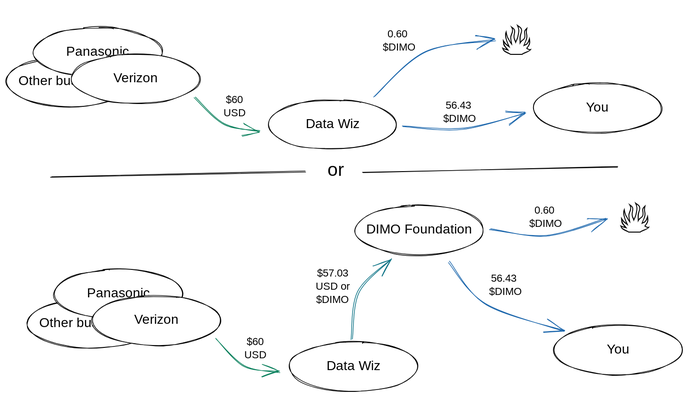
This is .gitbook/assets/file.drawing (3).svg from DIMO-Network/DIP, a Excalidraw export, as it was before one commit. Source tidied: one line per element, renumbered; positions are measured from the earlier drawing's top-left corner, leaving out a move shared by most shapes.
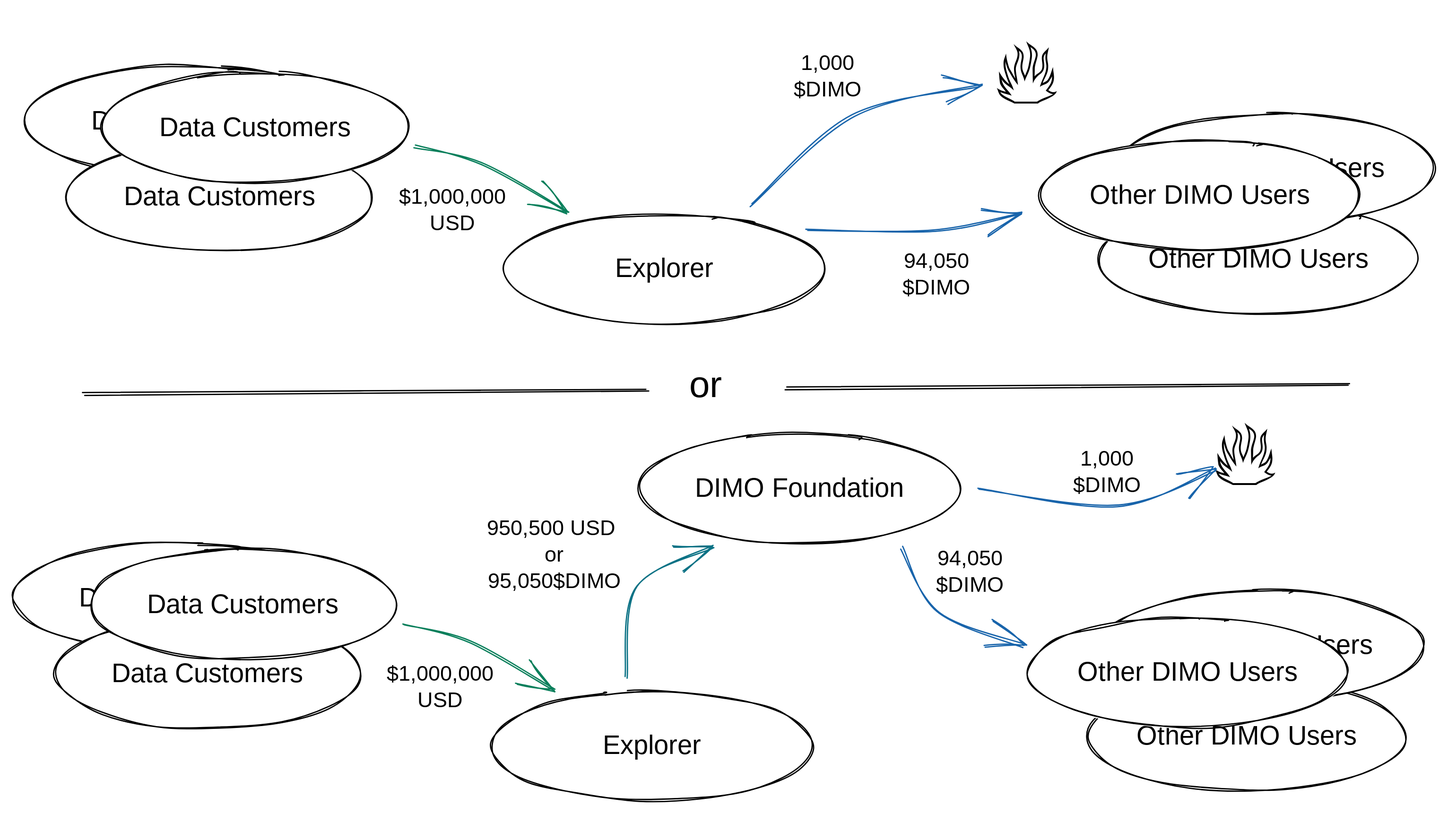
After the change.

What changed in the source:
```diff
@@ -1,41 +1,49 @@
-{"id": 0, "type": "ellipse", "strokeColor": "#000000", "backgroundColor": "#ffffff", "fillStyle": "solid", "strokeWidth": 1, "roughness": 1, "x": 0, "y": 76, "width": 194, "height": 75}
-{"id": 1, "type": "text", "text": "Other businesses", "strokeColor": "#000000", "strokeWidth": 1, "roughness": 1, "fontSize": 20, "fontFamily": 1, "textAlign": "center", "verticalAlign": "middle", "inside": 0, "x": 13, "y": 102, "width": 168, "height": 23}
-{"id": 2, "type": "ellipse", "strokeColor": "#000000", "backgroundColor": "#ffffff", "fillStyle": "solid", "strokeWidth": 1, "roughness": 1, "x": 796, "y": 116, "width": 194, "height": 75}
-{"id": 3, "type": "text", "text": "You", "strokeColor": "#000000", "strokeWidth": 1, "roughness": 1, "fontSize": 20, "fontFamily": 1, "textAlign": "center", "verticalAlign": "middle", "inside": 2, "x": 876, "y": 142, "width": 35, "height": 23}
-{"id": 4, "type": "ellipse", "strokeColor": "#000000", "backgroundColor": "#ffffff", "fillStyle": "solid", "strokeWidth": 1, "roughness": 1, "x": 41, "y": 31, "width": 194, "height": 75}
-{"id": 5, "type": "text", "text": "Panasonic", "strokeColor": "#000000", "strokeWidth": 1, "roughness": 1, "fontSize": 20, "fontFamily": 1, "textAlign": "center", "verticalAlign": "middle", "inside": 4, "x": 89, "y": 57, "width": 97, "height": 23}
-{"id": 6, "type": "ellipse", "strokeColor": "#000000", "backgroundColor": "#ffffff", "fillStyle": "solid", "strokeWidth": 1, "roughness": 1, "x": 98, "y": 71, "width": 194, "height": 75}
-{"id": 7, "type": "text", "text": "Verizon", "strokeColor": "#000000", "strokeWidth": 1, "roughness": 1, "fontSize": 20, "fontFamily": 1, "textAlign": "center", "verticalAlign": "middle", "inside": 6, "x": 161, "y": 97, "width": 68, "height": 23}
-{"id": 8, "type": "ellipse", "strokeColor": "#000000", "backgroundColor": "#ffffff", "fillStyle": "solid", "strokeWidth": 1, "roughness": 1, "x": 396, "y": 141, "width": 194, "height": 75}
-{"id": 9, "type": "text", "text": "Data Wiz", "strokeColor": "#000000", "strokeWidth": 1, "roughness": 1, "fontSize": 20, "fontFamily": 1, "textAlign": "center", "verticalAlign": "middle", "inside": 8, "x": 445, "y": 167, "width": 96, "height": 23}
-{"id": 10, "type": "text", "text": "🔥", "strokeColor": "#000000", "strokeWidth": 1, "roughness": 1, "fontSize": 67.58, "fontFamily": 1, "x": 746, "y": 0, "width": 81, "height": 98}
-{"id": 11, "type": "arrow", "strokeColor": "#087f5b", "strokeWidth": 1, "roughness": 1, "endArrowhead": "arrow", "from": 6, "to": 8, "x": 284, "y": 137, "width": 98, "height": 50, "points": [[0, 0], [44, 41], [98, 50]]}
-{"id": 12, "type": "arrow", "strokeColor": "#1864ab", "strokeWidth": 1, "roughness": 1, "endArrowhead": "arrow", "from": 8, "to": 2, "x": 598, "y": 181, "width": 187, "height": 24, "points": [[0, 0], [91, 4], [187, -20]]}
-{"id": 13, "type": "arrow", "strokeColor": "#1864ab", "strokeWidth": 1, "roughness": 1, "endArrowhead": "arrow", "from": 8, "to": 10, "x": 556, "y": 137, "width": 184, "height": 86, "points": [[0, 0], [76, -68], [184, -86]]}
-{"id": 14, "type": "text", "text": "0.60 \n$DIMO", "strokeColor": "#000000", "strokeWidth": 1, "roughness": 1, "fontSize": 16, "fontFamily": 1, "textAlign": "center", "x": 563, "y": 32, "width": 60, "height": 40}
-{"id": 15, "type": "text", "text": "56.43 \n$DIMO", "strokeColor": "#000000", "strokeWidth": 1, "roughness": 1, "fontSize": 16, "fontFamily": 1, "textAlign": "center", "x": 655, "y": 140, "width": 60, "height": 40}
-{"id": 16, "type": "text", "text": "$60\nUSD", "strokeColor": "#000000", "strokeWidth": 1, "roughness": 1, "fontSize": 16, "fontFamily": 1, "textAlign": "center", "x": 326, "y": 132, "width": 36, "height": 40}
-{"id": 17, "type": "ellipse", "strokeColor": "#000000", "backgroundColor": "#ffffff", "fillStyle": "solid", "strokeWidth": 1, "roughness": 1, "x": 31, "y": 441, "width": 194, "height": 75}
-{"id": 18, "type": "text", "text": "Other businesses", "strokeColor": "#000000", "strokeWidth": 1, "roughness": 1, "fontSize": 20, "fontFamily": 1, "textAlign": "center", "verticalAlign": "middle", "inside": 17, "x": 44, "y": 467, "width": 168, "height": 23}
-{"id": 19, "type": "ellipse", "strokeColor": "#000000", "backgroundColor": "#ffffff", "fillStyle": "solid", "strokeWidth": 1, "roughness": 1, "x": 828, "y": 481, "width": 194, "height": 75}
-{"id": 20, "type": "text", "text": "You", "strokeColor": "#000000", "strokeWidth": 1, "roughness": 1, "fontSize": 20, "fontFamily": 1, "textAlign": "center", "verticalAlign": "middle", "inside": 19, "x": 907, "y": 507, "width": 35, "height": 23}
-{"id": 21, "type": "ellipse", "strokeColor": "#000000", "backgroundColor": "#ffffff", "fillStyle": "solid", "strokeWidth": 1, "roughness": 1, "x": 72, "y": 397, "width": 194, "height": 75}
-{"id": 22, "type": "text", "text": "Panasonic", "strokeColor": "#000000", "strokeWidth": 1, "roughness": 1, "fontSize": 20, "fontFamily": 1, "textAlign": "center", "verticalAlign": "middle", "inside": 21, "x": 121, "y": 423, "width": 97, "height": 23}
-{"id": 23, "type": "ellipse", "strokeColor": "#000000", "backgroundColor": "#ffffff", "fillStyle": "solid", "strokeWidth": 1, "roughness": 1, "x": 130, "y": 437, "width": 194, "height": 75}
-{"id": 24, "type": "text", "text": "Verizon", "strokeColor": "#000000", "strokeWidth": 1, "roughness": 1, "fontSize": 20, "fontFamily": 1, "textAlign": "center", "verticalAlign": "middle", "inside": 23, "x": 193, "y": 463, "width": 68, "height": 23}
-{"id": 25, "type": "ellipse", "strokeColor": "#000000", "backgroundColor": "#ffffff", "fillStyle": "solid", "strokeWidth": 1, "roughness": 1, "x": 428, "y": 506, "width": 194, "height": 75}
-{"id": 26, "type": "text", "text": "Data Wiz", "strokeColor": "#000000", "strokeWidth": 1, "roughness": 1, "fontSize": 20, "fontFamily": 1, "textAlign": "center", "verticalAlign": "middle", "inside": 25, "x": 477, "y": 532, "width": 96, "height": 23}
-{"id": 27, "type": "ellipse", "strokeColor": "#000000", "backgroundColor": "#ffffff", "fillStyle": "solid", "strokeWidth": 1, "roughness": 1, "x": 527, "y": 300, "width": 194, "height": 75}
+{"id": 41, "type": "ellipse", "strokeColor": "#000000", "backgroundColor": "#ffffff", "fillStyle": "solid", "strokeWidth": 1, "roughness": 1, "x": 679, "y": 986, "width": 244, "height": 83}
+{"id": 42, "type": "text", "text": "Data Customers", "strokeColor": "#000000", "strokeWidth": 1, "roughness": 1, "fontSize": 20, "fontFamily": 1, "textAlign": "center", "verticalAlign": "middle", "inside": 41, "x": 718, "y": 1016, "width": 166, "height": 25}
+{"id": 43, "type": "ellipse", "strokeColor": "#000000", "backgroundColor": "#ffffff", "fillStyle": "solid", "strokeWidth": 1, "roughness": 1, "x": 710, "y": 1043, "width": 231, "height": 83}
+{"id": 44, "type": "text", "text": "Data Customers", "strokeColor": "#000000", "strokeWidth": 1, "roughness": 1, "fontSize": 20, "fontFamily": 1, "textAlign": "center", "verticalAlign": "middle", "inside": 43, "x": 743, "y": 1073, "width": 166, "height": 25}
+{"id": 45, "type": "ellipse", "strokeColor": "#000000", "backgroundColor": "#ffffff", "fillStyle": "solid", "strokeWidth": 1, "roughness": 1, "x": 737, "y": 991, "width": 231, "height": 83}
+{"id": 46, "type": "text", "text": "Data Customers", "strokeColor": "#000000", "strokeWidth": 1, "roughness": 1, "fontSize": 20, "fontFamily": 1, "textAlign": "center", "verticalAlign": "middle", "inside": 45, "x": 770, "y": 1021, "width": 166, "height": 25}
+{"id": 47, "type": "ellipse", "strokeColor": "#000000", "backgroundColor": "#ffffff", "fillStyle": "solid", "strokeWidth": 1, "roughness": 1, "x": 1152, "y": 903, "width": 242, "height": 83}
-{"id": 28, "type": "text", "text": "DIMO Foundation", "strokeColor": "#000000", "strokeWidth": 1, "roughness": 1, "fontSize": 20, "fontFamily": 1, "textAlign": "center", "verticalAlign": "middle", "inside": 27, "x": 538, "y": 326, "width": 172, "height": 23}
+{"id": 28, "type": "text", "text": "DIMO Foundation", "strokeColor": "#000000", "strokeWidth": 1, "roughness": 1, "fontSize": 20, "fontFamily": 1, "textAlign": "center", "verticalAlign": "middle", "inside": 47, "x": 1187, "y": 933, "width": 172, "height": 25}
-{"id": 29, "type": "text", "text": "🔥", "strokeColor": "#000000", "strokeWidth": 1, "roughness": 1, "fontSize": 67.58, "fontFamily": 1, "x": 925, "y": 268, "width": 81, "height": 98}
-{"id": 30, "type": "arrow", "strokeColor": "#087f5b", "strokeWidth": 1, "roughness": 1, "endArrowhead": "arrow", "from": 23, "to": 25, "x": 316, "y": 503, "width": 98, "height": 50, "points": [[0, 0], [44, 41], [98, 50]]}
-{"id": 31, "type": "arrow", "strokeColor": "#0b7285", "strokeWidth": 1, "roughness": 1, "endArrowhead": "arrow", "from": 25, "to": 27, "x": 521, "y": 503, "width": 61, "height": 122, "points": [[0, 0], [10, -72], [61, -122]]}
-{"id": 32, "type": "arrow", "strokeColor": "#1864ab", "strokeWidth": 1, "roughness": 1, "endArrowhead": "arrow", "from": 27, "to": 19, "x": 669, "y": 385, "width": 175, "height": 106, "points": [[0, 0], [56, 65], [175, 106]]}
-{"id": 33, "type": "arrow", "strokeColor": "#1864ab", "strokeWidth": 1, "roughness": 1, "endArrowhead": "arrow", "from": 27, "to": 29, "x": 730, "y": 337, "width": 177, "height": 26, "points": [[0, 0], [85, 9], [177, -17]]}
-{"id": 34, "type": "text", "text": "0.60 \n$DIMO", "strokeColor": "#000000", "strokeWidth": 1, "roughness": 1, "fontSize": 16, "fontFamily": 1, "textAlign": "center", "x": 785, "y": 299, "width": 60, "height": 40}
-{"id": 35, "type": "text", "text": "56.43 \n$DIMO", "strokeColor": "#000000", "strokeWidth": 1, "roughness": 1, "fontSize": 16, "fontFamily": 1, "textAlign": "center", "x": 724, "y": 401, "width": 60, "height": 40}
-{"id": 36, "type": "text", "text": "$60\nUSD", "strokeColor": "#000000", "strokeWidth": 1, "roughness": 1, "fontSize": 16, "fontFamily": 1, "textAlign": "center", "x": 358, "y": 498, "width": 36, "height": 40}
-{"id": 37, "type": "text", "text": "$57.03\nUSD or\n$DIMO", "strokeColor": "#000000", "strokeWidth": 1, "roughness": 1, "fontSize": 16, "fontFamily": 1, "textAlign": "center", "x": 463, "y": 394, "width": 60, "height": 60}
+{"id": 48, "type": "ellipse", "strokeColor": "#000000", "backgroundColor": "#ffffff", "fillStyle": "solid", "strokeWidth": 1, "roughness": 1, "x": 1041, "y": 1097, "width": 242, "height": 83}
+{"id": 49, "type": "text", "text": "Explorer", "strokeColor": "#000000", "strokeWidth": 1, "roughness": 1, "fontSize": 20, "fontFamily": 1, "textAlign": "center", "verticalAlign": "middle", "inside": 48, "x": 1121, "y": 1127, "width": 81, "height": 25}
+{"id": 50, "type": "ellipse", "strokeColor": "#000000", "backgroundColor": "#ffffff", "fillStyle": "solid", "strokeWidth": 1, "roughness": 1, "x": 1490, "y": 1090, "width": 242, "height": 83}
+{"id": 51, "type": "text", "text": "Other DIMO Users", "strokeColor": "#000000", "strokeWidth": 1, "roughness": 1, "fontSize": 20, "fontFamily": 1, "textAlign": "center", "verticalAlign": "middle", "inside": 50, "x": 1516, "y": 1120, "width": 189, "height": 25}
+{"id": 52, "type": "ellipse", "strokeColor": "#000000", "backgroundColor": "#ffffff", "fillStyle": "solid", "strokeWidth": 1, "roughness": 1, "x": 1502, "y": 1022, "width": 242, "height": 83}
+{"id": 53, "type": "text", "text": "Other DIMO Users", "strokeColor": "#000000", "strokeWidth": 1, "roughness": 1, "fontSize": 20, "fontFamily": 1, "textAlign": "center", "verticalAlign": "middle", "inside": 52, "x": 1529, "y": 1052, "width": 189, "height": 25}
+{"id": 54, "type": "ellipse", "strokeColor": "#000000", "backgroundColor": "#ffffff", "fillStyle": "solid", "strokeWidth": 1, "roughness": 1, "x": 1445, "y": 1042, "width": 242, "height": 83}
+{"id": 55, "type": "text", "text": "Other DIMO Users", "strokeColor": "#000000", "strokeWidth": 1, "roughness": 1, "fontSize": 20, "fontFamily": 1, "textAlign": "center", "verticalAlign": "middle", "inside": 54, "x": 1472, "y": 1072, "width": 189, "height": 25}
+{"id": 56, "type": "text", "text": "🔥", "strokeColor": "#000000", "backgroundColor": "#ffffff", "fillStyle": "solid", "strokeWidth": 1, "roughness": 1, "fontSize": 68.22, "fontFamily": 1, "x": 1585, "y": 874, "width": 70, "height": 94}
+{"id": 57, "type": "arrow", "strokeColor": "#087f5b", "backgroundColor": "#ffffff", "fillStyle": "solid", "strokeWidth": 1, "roughness": 1, "endArrowhead": "arrow", "round": true, "from": 45, "to": 48, "x": 973, "y": 1047, "width": 115, "height": 50, "points": [[0, 0], [52, 14], [115, 50]]}
+{"id": 58, "type": "arrow", "strokeColor": "#0b7285", "backgroundColor": "#ffffff", "fillStyle": "solid", "strokeWidth": 1, "roughness": 1, "endArrowhead": "arrow", "round": true, "from": 48, "to": 47, "x": 1143, "y": 1088, "width": 65, "height": 100, "points": [[0, 0], [8, -69], [65, -100]]}
+{"id": 59, "type": "arrow", "strokeColor": "#1864ab", "backgroundColor": "#ffffff", "fillStyle": "solid", "strokeWidth": 1, "roughness": 1, "endArrowhead": "arrow", "round": true, "from": 47, "to": 54, "x": 1351, "y": 989, "width": 92, "height": 75, "points": [[0, 0], [26, 49], [92, 75]]}
+{"id": 60, "type": "arrow", "strokeColor": "#1864ab", "backgroundColor": "#ffffff", "fillStyle": "solid", "strokeWidth": 1, "roughness": 1, "endArrowhead": "arrow", "round": true, "from": 47, "x": 1408, "y": 944, "width": 179, "height": 27, "points": [[0, 0], [106, 13], [179, -14]]}
+{"id": 61, "type": "text", "text": "$1,000,000\nUSD", "strokeColor": "#000000", "backgroundColor": "#ffffff", "fillStyle": "solid", "strokeWidth": 1, "roughness": 1, "fontSize": 16, "fontFamily": 1, "textAlign": "center", "x": 956, "y": 1076, "width": 92, "height": 40}
+{"id": 62, "type": "text", "text": "950,500 USD \nor\n95,050$DIMO", "strokeColor": "#000000", "backgroundColor": "#ffffff", "fillStyle": "solid", "strokeWidth": 1, "roughness": 1, "fontSize": 16, "fontFamily": 1, "textAlign": "center", "x": 1029, "y": 966, "width": 117, "height": 60}
+{"id": 63, "type": "text", "text": "94,050\n$DIMO", "strokeColor": "#000000", "backgroundColor": "#ffffff", "fillStyle": "solid", "strokeWidth": 1, "roughness": 1, "fontSize": 16, "fontFamily": 1, "textAlign": "center", "x": 1372, "y": 989, "width": 60, "height": 40}
+{"id": 64, "type": "text", "text": "1,000\n$DIMO", "strokeColor": "#000000", "backgroundColor": "#ffffff", "fillStyle": "solid", "strokeWidth": 1, "roughness": 1, "fontSize": 16, "fontFamily": 1, "textAlign": "center", "x": 1476, "y": 913, "width": 60, "height": 40}
+{"id": 65, "type": "ellipse", "strokeColor": "#000000", "backgroundColor": "#ffffff", "fillStyle": "solid", "strokeWidth": 1, "roughness": 1, "x": 688, "y": 625, "width": 244, "height": 83}
+{"id": 66, "type": "text", "text": "Data Customers", "strokeColor": "#000000", "strokeWidth": 1, "roughness": 1, "fontSize": 20, "fontFamily": 1, "textAlign": "center", "verticalAlign": "middle", "inside": 65, "x": 727, "y": 655, "width": 166, "height": 25}
+{"id": 67, "type": "ellipse", "strokeColor": "#000000", "backgroundColor": "#ffffff", "fillStyle": "solid", "strokeWidth": 1, "roughness": 1, "x": 720, "y": 683, "width": 231, "height": 83}
+{"id": 68, "type": "text", "text": "Data Customers", "strokeColor": "#000000", "strokeWidth": 1, "roughness": 1, "fontSize": 20, "fontFamily": 1, "textAlign": "center", "verticalAlign": "middle", "inside": 67, "x": 752, "y": 713, "width": 166, "height": 25}
+{"id": 69, "type": "ellipse", "strokeColor": "#000000", "backgroundColor": "#ffffff", "fillStyle": "solid", "strokeWidth": 1, "roughness": 1, "x": 746, "y": 630, "width": 231, "height": 83}
+{"id": 70, "type": "text", "text": "Data Customers", "strokeColor": "#000000", "strokeWidth": 1, "roughness": 1, "fontSize": 20, "fontFamily": 1, "textAlign": "center", "verticalAlign": "middle", "inside": 69, "x": 779, "y": 660, "width": 166, "height": 25}
+{"id": 71, "type": "ellipse", "strokeColor": "#000000", "backgroundColor": "#ffffff", "fillStyle": "solid", "strokeWidth": 1, "roughness": 1, "x": 1050, "y": 737, "width": 242, "height": 83}
+{"id": 72, "type": "text", "text": "Explorer", "strokeColor": "#000000", "strokeWidth": 1, "roughness": 1, "fontSize": 20, "fontFamily": 1, "textAlign": "center", "verticalAlign": "middle", "inside": 71, "x": 1131, "y": 767, "width": 81, "height": 25}
+{"id": 73, "type": "ellipse", "strokeColor": "#000000", "backgroundColor": "#ffffff", "fillStyle": "solid", "strokeWidth": 1, "roughness": 1, "x": 1499, "y": 730, "width": 242, "height": 83}
+{"id": 74, "type": "text", "text": "Other DIMO Users", "strokeColor": "#000000", "strokeWidth": 1, "roughness": 1, "fontSize": 20, "fontFamily": 1, "textAlign": "center", "verticalAlign": "middle", "inside": 73, "x": 1526, "y": 760, "width": 189, "height": 25}
+{"id": 75, "type": "ellipse", "strokeColor": "#000000", "backgroundColor": "#ffffff", "fillStyle": "solid", "strokeWidth": 1, "roughness": 1, "x": 1511, "y": 661, "width": 242, "height": 83}
+{"id": 76, "type": "text", "text": "Other DIMO Users", "strokeColor": "#000000", "strokeWidth": 1, "roughness": 1, "fontSize": 20, "fontFamily": 1, "textAlign": "center", "verticalAlign": "middle", "inside": 75, "x": 1538, "y": 691, "width": 189, "height": 25}
+{"id": 77, "type": "ellipse", "strokeColor": "#000000", "backgroundColor": "#ffffff", "fillStyle": "solid", "strokeWidth": 1, "roughness": 1, "x": 1455, "y": 682, "width": 242, "height": 83}
+{"id": 78, "type": "text", "text": "Other DIMO Users", "strokeColor": "#000000", "strokeWidth": 1, "roughness": 1, "fontSize": 20, "fontFamily": 1, "textAlign": "center", "verticalAlign": "middle", "inside": 77, "x": 1481, "y": 711, "width": 189, "height": 25}
+{"id": 79, "type": "text", "text": "🔥", "strokeColor": "#000000", "backgroundColor": "#ffffff", "fillStyle": "solid", "strokeWidth": 1, "roughness": 1, "fontSize": 68.22, "fontFamily": 1, "x": 1420, "y": 586, "width": 70, "height": 94}
+{"id": 80, "type": "arrow", "strokeColor": "#087f5b", "backgroundColor": "#ffffff", "fillStyle": "solid", "strokeWidth": 1, "roughness": 1, "endArrowhead": "arrow", "round": true, "from": 69, "to": 71, "x": 982, "y": 686, "width": 115, "height": 50, "points": [[0, 0], [52, 14], [115, 50]]}
+{"id": 81, "type": "arrow", "strokeColor": "#1864ab", "backgroundColor": "#ffffff", "fillStyle": "solid", "strokeWidth": 1, "roughness": 1, "endArrowhead": "arrow", "round": true, "from": 71, "to": 77, "x": 1279, "y": 749, "width": 162, "height": 13, "points": [[0, 0], [95, 1], [162, -12]]}
+{"id": 82, "type": "arrow", "strokeColor": "#1864ab", "backgroundColor": "#ffffff", "fillStyle": "solid", "strokeWidth": 1, "roughness": 1, "endArrowhead": "arrow", "round": true, "from": 71, "to": 79, "x": 1237, "y": 730, "width": 173, "height": 90, "points": [[0, 0], [77, -67], [173, -90]]}
+{"id": 83, "type": "text", "text": "$1,000,000\nUSD", "strokeColor": "#000000", "backgroundColor": "#ffffff", "fillStyle": "solid", "strokeWidth": 1, "roughness": 1, "fontSize": 16, "fontFamily": 1, "textAlign": "center", "x": 965, "y": 715, "width": 92, "height": 40}
+{"id": 84, "type": "text", "text": "94,050\n$DIMO", "strokeColor": "#000000", "backgroundColor": "#ffffff", "fillStyle": "solid", "strokeWidth": 1, "roughness": 1, "fontSize": 16, "fontFamily": 1, "textAlign": "center", "x": 1347, "y": 764, "width": 60, "height": 40}
+{"id": 85, "type": "text", "text": "1,000\n$DIMO", "strokeColor": "#000000", "backgroundColor": "#ffffff", "fillStyle": "solid", "strokeWidth": 1, "roughness": 1, "fontSize": 16, "fontFamily": 1, "textAlign": "center", "x": 1264, "y": 614, "width": 60, "height": 40}
-{"id": 38, "type": "text", "text": "or", "strokeColor": "#000000", "strokeWidth": 1, "roughness": 1, "fontSize": 28, "fontFamily": 1, "textAlign": "center", "x": 483, "y": 231, "width": 30, "height": 35}
+{"id": 38, "type": "text", "text": "or", "strokeColor": "#000000", "backgroundColor": "#ffffff", "fillStyle": "solid", "strokeWidth": 1, "roughness": 1, "fontSize": 28, "fontFamily": 1, "textAlign": "center", "x": 1187, "y": 851, "width": 30, "height": 36}
-{"id": 39, "type": "line", "strokeColor": "#000000", "strokeWidth": 1, "roughness": 1, "x": 67, "y": 257, "width": 385, "height": 8, "points": [[0, 0], [385, -8]]}
-{"id": 40, "type": "line", "strokeColor": "#000000", "strokeWidth": 1, "roughness": 1, "x": 538, "y": 250, "width": 385, "height": 8, "points": [[0, 0], [385, -8]]}
+{"id": 86, "type": "line", "strokeColor": "#000000", "strokeWidth": 1, "roughness": 1, "round": true, "x": 733, "y": 873, "width": 426, "height": 3, "points": [[0, 0], [426, -3]]}
+{"id": 87, "type": "line", "strokeColor": "#000000", "strokeWidth": 1, "roughness": 1, "round": true, "x": 1263, "y": 869, "width": 426, "height": 3, "points": [[0, 0], [426, -3]]}
```
